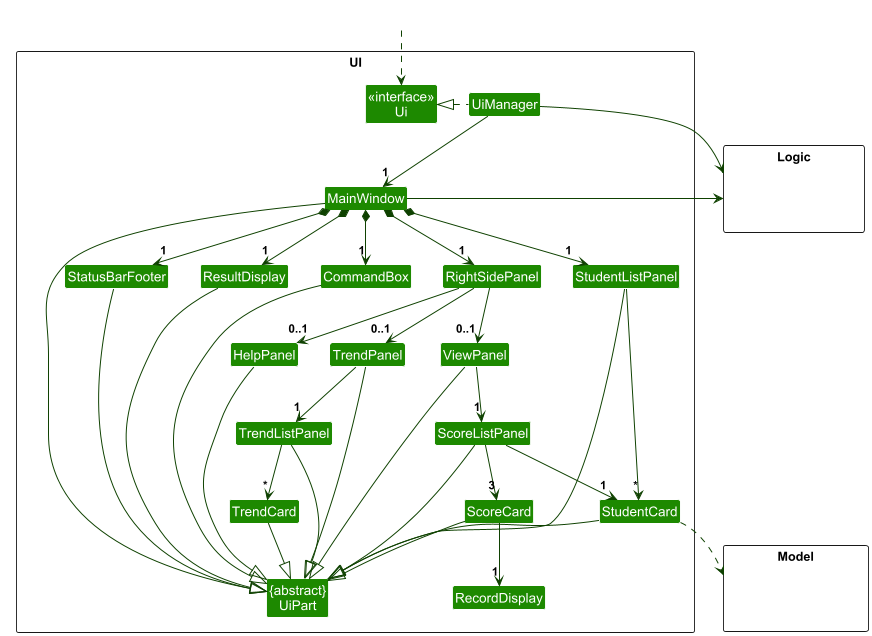
Above: docs/images/UiClassDiagram.png in kailermai/tp (PlantUML), before the change.
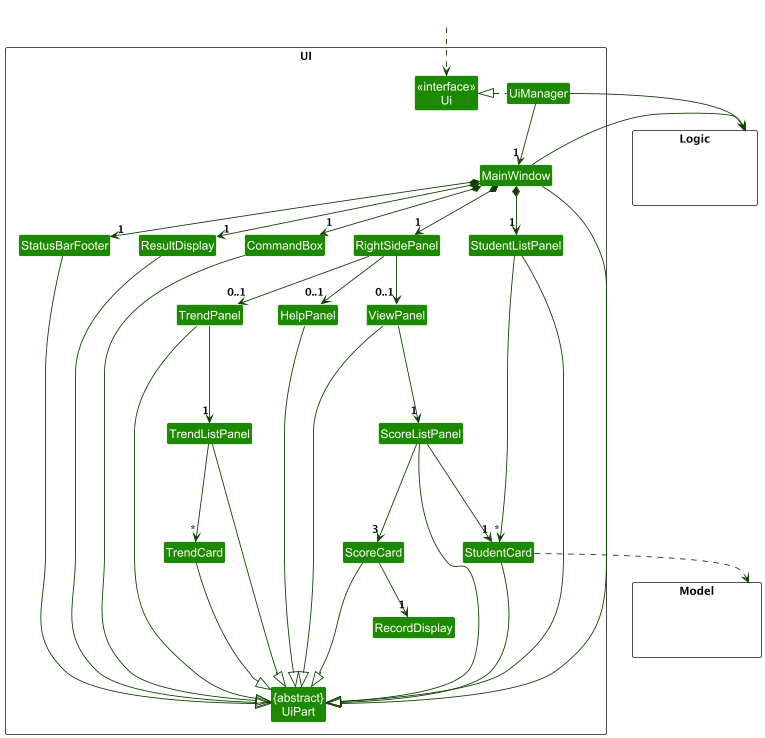
Above is the later version.

Commit message:
Reorder elements in UI class diagram

What changed in the source:
```diff
@@ -11,18 +11,18 @@
 Class MainWindow
 Class ResultDisplay
 Class StudentListPanel
-Class StudentCard
 Class StatusBarFooter
 Class CommandBox
-Class ViewPanel
 Class RightSidePanel
 Class HelpPanel
+Class TrendPanel
+Class TrendListPanel
+Class TrendCard
+Class ViewPanel
 Class ScoreListPanel
 Class ScoreCard
 Class RecordDisplay
-Class TrendPanel
-Class TrendListPanel
-Class TrendCard
+Class StudentCard
 }
 
 package Model <<Rectangle>> {
@@ -43,39 +43,36 @@
 MainWindow *-down-> "1" StudentListPanel
 MainWindow *-down-> "1" StatusBarFooter
 MainWindow *-down-> "1" RightSidePanel
+MainWindow -left-|> UiPart
 RightSidePanel --> "0..1" HelpPanel
-RightSidePanel --> "0..1" ViewPanel
-RightSidePanel --> "0..1" TrendPanel
 
+RightSidePanel -right-> "0..1" TrendPanel
+TrendPanel -down--> "1"TrendListPanel
+TrendListPanel -down--> "*"TrendCard
+
+RightSidePanel -left-> "0..1" ViewPanel
+ViewPanel -down--> "1" ScoreListPanel
+ScoreListPanel -down--> "1" StudentCard
+ScoreListPanel -down--> "3" ScoreCard
+ScoreCard -down-> "1" RecordDisplay
 StudentListPanel -down-> "*" StudentCard
-
-ViewPanel -down-> "1" ScoreListPanel
-
-ScoreListPanel -down-> "1" StudentCard
-ScoreListPanel -down-> "3" ScoreCard
-ScoreCard -down-> "1" RecordDisplay
-
-TrendPanel -down-> "1"TrendListPanel
-TrendListPanel -down-> "*"TrendCard
-
-MainWindow -left-|> UiPart
 
 ResultDisplay --|> UiPart
 CommandBox --|> UiPart
 StudentListPanel --|> UiPart
-StudentCard --|> UiPart
-StatusBarFooter --|> UiPart
+StudentCard ---|> UiPart
+StatusBarFooter ---|> UiPart
 HelpPanel --|> UiPart
 ViewPanel --|> UiPart
 ScoreListPanel --|> UiPart
 ScoreCard --|> UiPart
 TrendPanel --|> UiPart
 TrendListPanel --|> UiPart
-TrendCard --|> UiPart
+TrendCard ---|> UiPart
 
 StudentCard ..> Model
 UiManager -right-> Logic
-MainWindow -left-> Logic
+MainWindow -right-> Logic
 
 StudentListPanel -[hidden]left- RightSidePanel
 RightSidePanel -[hidden]left- CommandBox
```
